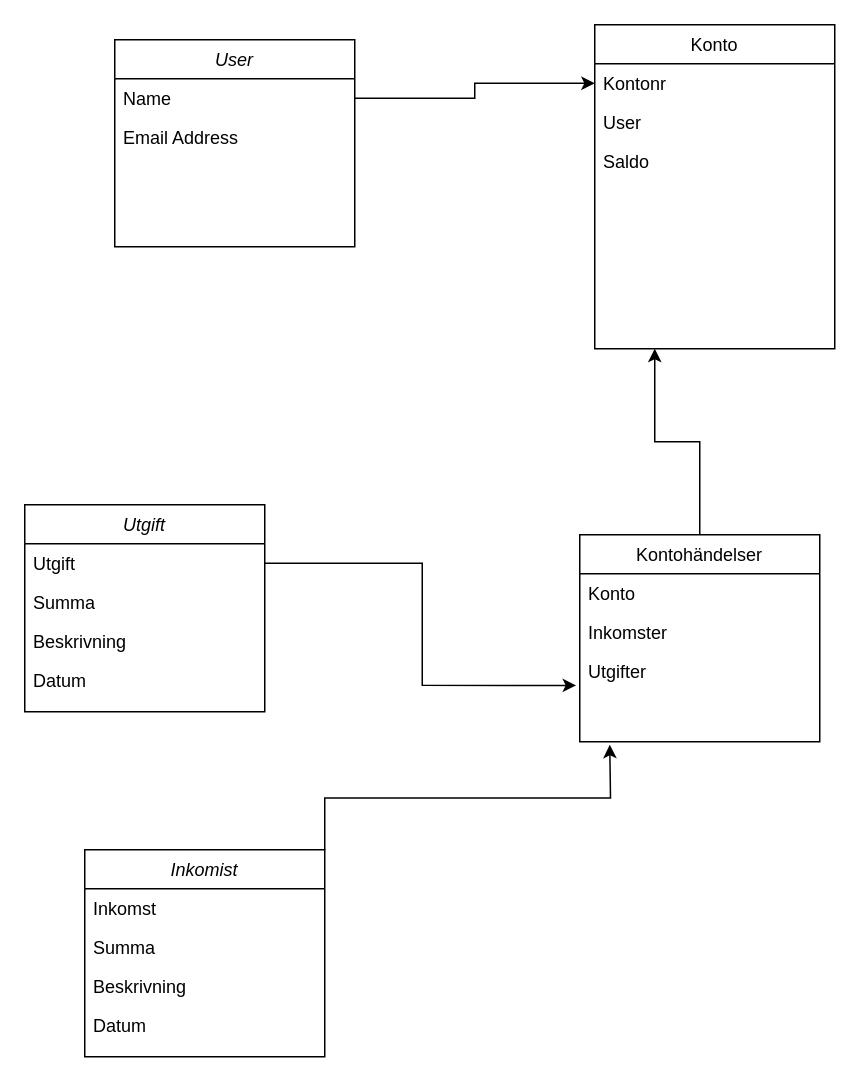
Earlier version of the draw.io diagram planering/ekonomi_klasser.drawio (pecca86/ekonomi). Source tidied: cells renumbered, new cells numbered last; positions are measured from the earlier drawing's top-left corner, leaving out a move shared by most shapes. Both pictures are drawn from the tidied source at 150%, with x=0, y=0 at pixel (24, 24).
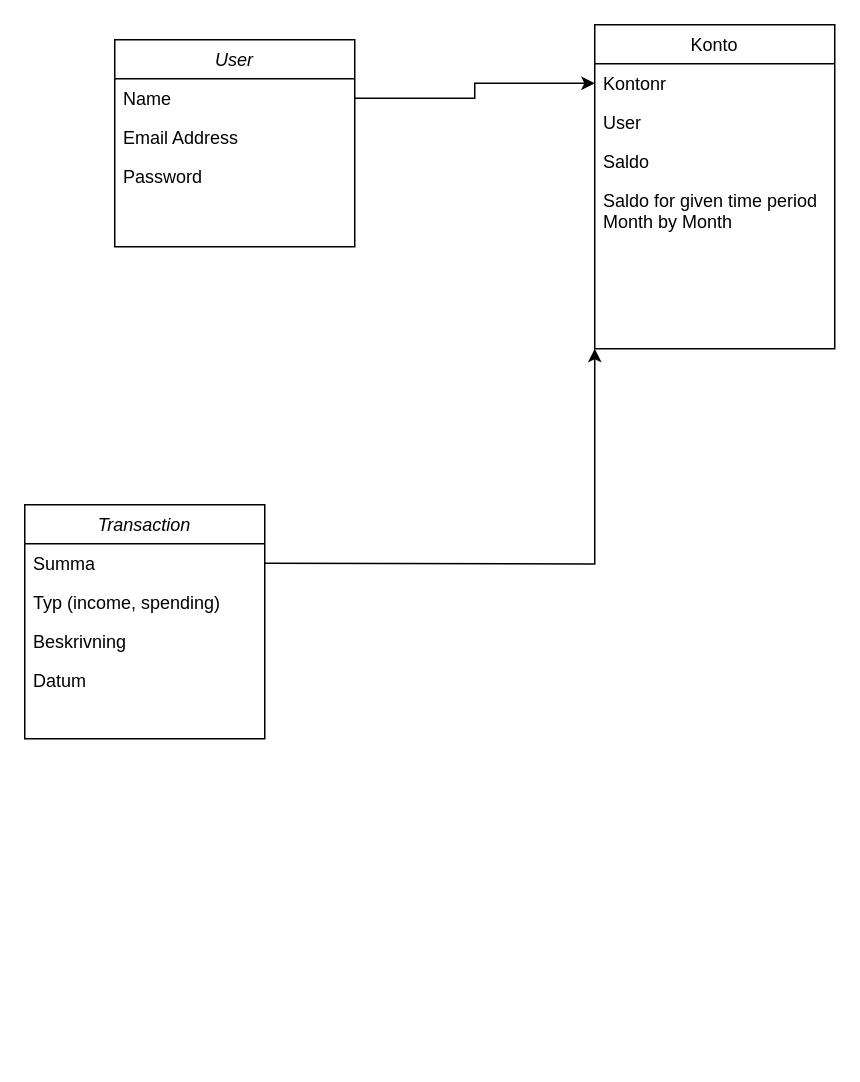
Above is the later version.

The change refers to these unchanged cells:
```xml
<mxCell id="2" value="User" style="swimlane;fontStyle=2;align=center;verticalAlign=top;horizontal=1;startSize=26;rounded=0;shadow=0;strokeWidth=1;" parent="1" vertex="1">
  <mxGeometry x="60" y="10" width="160" height="138" as="geometry" />
</mxCell>
<mxCell id="10" value="Konto" style="swimlane;fontStyle=0;align=center;verticalAlign=top;horizontal=1;startSize=26;rounded=0;shadow=0;strokeWidth=1;" parent="1" vertex="1">
  <mxGeometry x="380" width="160" height="216" as="geometry" />
</mxCell>
```

Diff of the diagram source:
```diff
@@
-    <mxCell id="5" style="edgeStyle=orthogonalEdgeStyle;rounded=0;jettySize=auto;html=1;exitX=0.5;exitY=0;exitDx=0;exitDy=0;entryX=0.25;entryY=1;entryDx=0;entryDy=0;" parent="1" edge="1" source="6" target="10">
-      <mxGeometry relative="1" as="geometry" />
-    </mxCell>
-    <mxCell id="6" value="Kontohändelser" style="swimlane;fontStyle=0;align=center;verticalAlign=top;horizontal=1;startSize=26;rounded=0;shadow=0;strokeWidth=1;" parent="1" vertex="1">
-      <mxGeometry x="370" y="340" width="160" height="138" as="geometry" />
-    </mxCell>
-    <mxCell id="7" value="Konto" style="text;align=left;verticalAlign=top;spacingLeft=4;spacingRight=4;overflow=hidden;" parent="6" vertex="1">
-      <mxGeometry y="26" width="160" height="26" as="geometry" />
-    </mxCell>
-    <mxCell id="8" value="Inkomster" style="text;align=left;verticalAlign=top;spacingLeft=4;spacingRight=4;overflow=hidden;rounded=0;shadow=0;html=0;" parent="6" vertex="1">
-      <mxGeometry y="52" width="160" height="26" as="geometry" />
-    </mxCell>
-    <mxCell id="9" value="Utgifter" style="text;align=left;verticalAlign=top;spacingLeft=4;spacingRight=4;overflow=hidden;points=[[0,0.5],[1,0.5]];portConstraint=eastwest;" parent="6" vertex="1">
-      <mxGeometry y="78" width="160" height="26" as="geometry" />
-    </mxCell>
+    <mxCell id="27" value="Password" style="text;align=left;verticalAlign=top;spacingLeft=4;spacingRight=4;overflow=hidden;rounded=0;shadow=0;html=0;" parent="2" vertex="1">
+      <mxGeometry y="78" width="160" height="26" as="geometry" />
+    </mxCell>
@@
+    <mxCell id="28" value="Saldo for given time period&#10;Month by Month" style="text;align=left;verticalAlign=top;spacingLeft=4;spacingRight=4;overflow=hidden;rounded=0;shadow=0;html=0;" parent="10" vertex="1">
+      <mxGeometry y="104" width="160" height="36" as="geometry" />
+    </mxCell>
@@
-    <mxCell id="15" value="Utgift" style="swimlane;fontStyle=2;align=center;verticalAlign=top;horizontal=1;startSize=26;rounded=0;shadow=0;strokeWidth=1;" parent="1" vertex="1">
-      <mxGeometry y="320" width="160" height="138" as="geometry" />
+    <mxCell id="15" value="Transaction" style="swimlane;fontStyle=2;align=center;verticalAlign=top;horizontal=1;startSize=26;rounded=0;shadow=0;strokeWidth=1;" parent="1" vertex="1">
+      <mxGeometry y="320" width="160" height="156" as="geometry" />
     </mxCell>
-    <mxCell id="16" value="Utgift" style="text;align=left;verticalAlign=top;spacingLeft=4;spacingRight=4;overflow=hidden;points=[[0,0.5],[1,0.5]];portConstraint=eastwest;" parent="15" vertex="1">
-      <mxGeometry y="26" width="160" height="26" as="geometry" />
-    </mxCell>
     <mxCell id="17" value="Summa" style="text;align=left;verticalAlign=top;spacingLeft=4;spacingRight=4;overflow=hidden;rounded=0;shadow=0;html=0;" parent="15" vertex="1">
-      <mxGeometry y="52" width="160" height="26" as="geometry" />
+      <mxGeometry y="26" width="160" height="26" as="geometry" />
     </mxCell>
+    <mxCell id="29" value="Typ (income, spending)" style="text;align=left;verticalAlign=top;spacingLeft=4;spacingRight=4;overflow=hidden;rounded=0;shadow=0;html=0;" parent="15" vertex="1">
+      <mxGeometry y="52" width="160" height="26" as="geometry" />
+    </mxCell>
@@
-    <mxCell id="20" style="edgeStyle=orthogonalEdgeStyle;rounded=0;jettySize=auto;html=1;exitX=1;exitY=0;exitDx=0;exitDy=0;" parent="1" edge="1" source="21">
-      <mxGeometry relative="1" as="geometry">
-        <mxPoint x="390" y="480" as="targetPoint" />
-      </mxGeometry>
-    </mxCell>
-    <mxCell id="21" value="Inkomist" style="swimlane;fontStyle=2;align=center;verticalAlign=top;horizontal=1;startSize=26;rounded=0;shadow=0;strokeWidth=1;" parent="1" vertex="1">
-      <mxGeometry x="40" y="550" width="160" height="138" as="geometry" />
-    </mxCell>
-    <mxCell id="22" value="Inkomst" style="text;align=left;verticalAlign=top;spacingLeft=4;spacingRight=4;overflow=hidden;" parent="21" vertex="1">
-      <mxGeometry y="26" width="160" height="26" as="geometry" />
-    </mxCell>
-    <mxCell id="23" value="Summa" style="text;align=left;verticalAlign=top;spacingLeft=4;spacingRight=4;overflow=hidden;rounded=0;shadow=0;html=0;" parent="21" vertex="1">
-      <mxGeometry y="52" width="160" height="26" as="geometry" />
-    </mxCell>
-    <mxCell id="24" value="Beskrivning" style="text;align=left;verticalAlign=top;spacingLeft=4;spacingRight=4;overflow=hidden;rounded=0;shadow=0;html=0;" parent="21" vertex="1">
-      <mxGeometry y="78" width="160" height="26" as="geometry" />
-    </mxCell>
-    <mxCell id="25" value="Datum" style="text;align=left;verticalAlign=top;spacingLeft=4;spacingRight=4;overflow=hidden;rounded=0;shadow=0;html=0;" parent="21" vertex="1">
-      <mxGeometry y="104" width="160" height="26" as="geometry" />
-    </mxCell>
-    <mxCell id="26" style="edgeStyle=orthogonalEdgeStyle;rounded=0;jettySize=auto;html=1;exitX=1;exitY=0.5;exitDx=0;exitDy=0;entryX=-0.015;entryY=0.863;entryDx=0;entryDy=0;entryPerimeter=0;" parent="1" edge="1" source="16" target="9">
-      <mxGeometry relative="1" as="geometry" />
+    <mxCell id="26" style="edgeStyle=orthogonalEdgeStyle;rounded=0;jettySize=auto;html=1;exitX=1;exitY=0.5;exitDx=0;exitDy=0;entryX=0;entryY=1;entryDx=0;entryDy=0;" parent="1" edge="1" target="10">
+      <mxGeometry relative="1" as="geometry">
+        <mxPoint x="160" y="359" as="sourcePoint" />
+      </mxGeometry>
     </mxCell>
```
